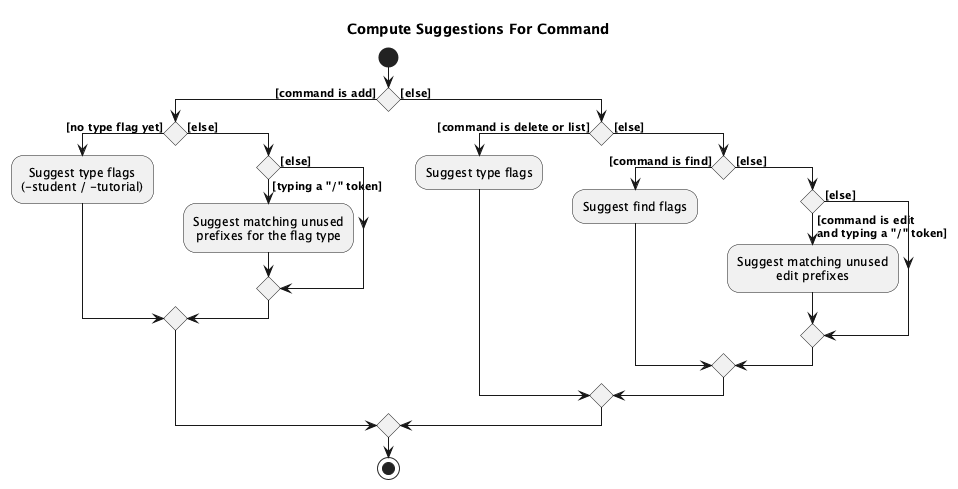
The PlantUML diagram docs/images/AutocompleteCommandActivityDiagram.png in jyc300564/tp, before a commit.
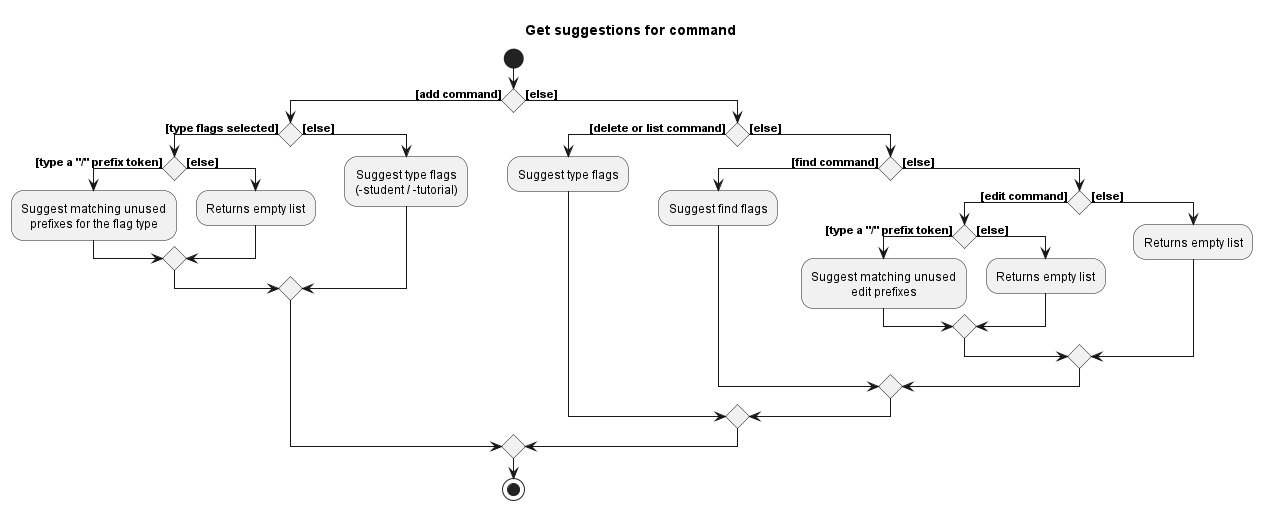
After the change.

Diff of the diagram source:
```diff
@@ -1,34 +1,39 @@
 @startuml
 !include style.puml
 
-title Compute Suggestions For Command
+title Get suggestions for command
 
 start
 
-if () then ([command is add])
-    if () then ([no type flag yet])
-        :Suggest type flags\n(-student / -tutorial);
-    else ([else])
-        if () then ([typing a "/" token])
+if () then ([add command])
+    if () then ([type flags selected])
+        if () then ([type a "/" prefix token])
             :Suggest matching unused\nprefixes for the flag type;
         else ([else])
+            :Returns empty list;
         endif
+    else ([else])
+        :Suggest type flags\n(-student / -tutorial);
     endif
 else ([else])
-    if () then ([command is delete or list])
+    if () then ([delete or list command])
         :Suggest type flags;
     else ([else])
-        if () then ([command is find])
+        if () then ([find command])
             :Suggest find flags;
         else ([else])
-            if () then ([command is edit\nand typing a "/" token])
-                :Suggest matching unused\nedit prefixes;
+            if () then ([edit command])
+                if () then ([type a "/" prefix token])
+                    :Suggest matching unused\nedit prefixes;
+                else ([else])
+                    :Returns empty list;
+                endif
             else ([else])
+                :Returns empty list;
             endif
         endif
     endif
 endif
 
 stop
-
 @enduml
```
